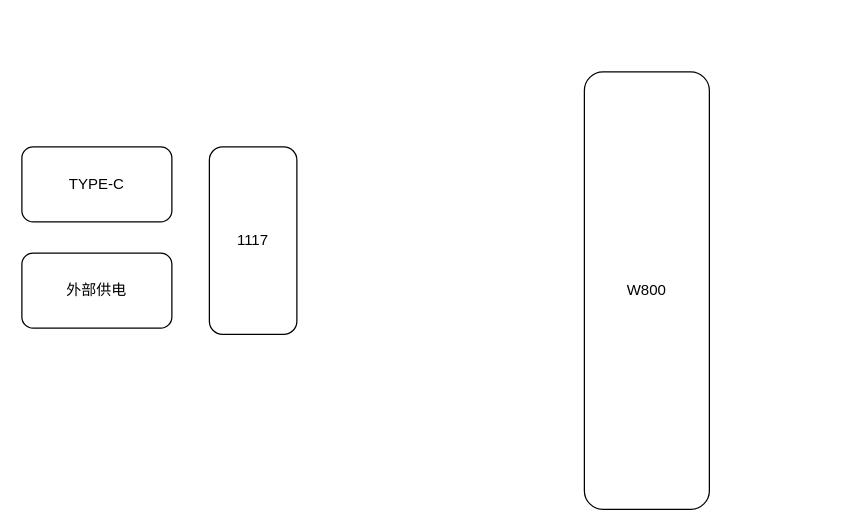
The draw.io diagram W800.drawio in Hanye1108/drawio, before the edit. Source tidied: cells renumbered, new cells numbered last; positions are measured from the earlier drawing's top-left corner, leaving out a move shared by most shapes. Both pictures are drawn from the tidied source at 125%, with x=0, y=0 at pixel (21, 71).
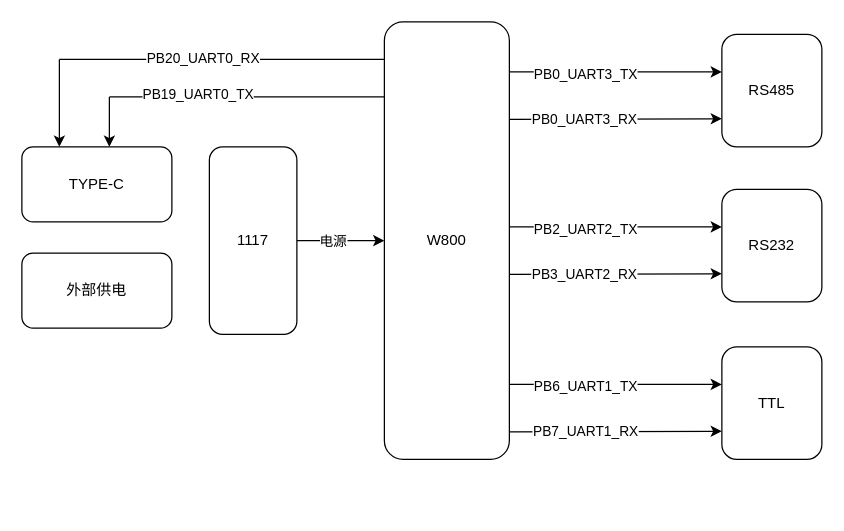
The same diagram, later.

Unchanged cells that the change refers to:
```xml
<mxCell id="5" value="1117" style="rounded=1;whiteSpace=wrap;html=1;" parent="1" vertex="1">
  <mxGeometry x="150" y="60" width="70" height="150" as="geometry" />
</mxCell>
```

Change to the diagram source:
```diff
@@
     <mxCell id="2" value="W800" style="rounded=1;whiteSpace=wrap;html=1;" parent="1" vertex="1">
-      <mxGeometry x="450" width="100" height="350" as="geometry" />
+      <mxGeometry x="290" y="-40" width="100" height="350" as="geometry" />
     </mxCell>
@@
+    <mxCell id="6" style="edgeStyle=orthogonalEdgeStyle;rounded=0;jettySize=auto;html=1;exitX=1;exitY=0.5;exitDx=0;exitDy=0;" parent="1" edge="1" source="5" target="2">
+      <mxGeometry relative="1" as="geometry" />
+    </mxCell>
+    <mxCell id="7" value="电源" style="edgeLabel;html=1;align=center;verticalAlign=middle;" parent="6" vertex="1">
+      <mxGeometry x="-0.2" relative="1" as="geometry" />
+    </mxCell>
@@
+    <mxCell id="8" style="endArrow=none;html=1;rounded=0;" parent="1" edge="1">
+      <mxGeometry relative="1" as="geometry">
+        <mxPoint x="30" y="-10" as="sourcePoint" />
+        <mxPoint x="290" y="-10" as="targetPoint" />
+      </mxGeometry>
+    </mxCell>
+    <mxCell id="9" value="PB20_UART0_RX" style="edgeLabel;html=1;align=center;verticalAlign=middle;" parent="8" vertex="1">
+      <mxGeometry x="-0.12" y="2" relative="1" as="geometry" />
+    </mxCell>
+    <mxCell id="10" style="endArrow=none;html=1;rounded=0;" parent="1" edge="1">
+      <mxGeometry relative="1" as="geometry">
+        <mxPoint x="70" y="20" as="sourcePoint" />
+        <mxPoint x="290" y="20" as="targetPoint" />
+      </mxGeometry>
+    </mxCell>
+    <mxCell id="11" value="PB19_UART0_TX" style="edgeLabel;html=1;align=center;verticalAlign=middle;" parent="10" vertex="1">
+      <mxGeometry x="-0.56" y="3" relative="1" as="geometry">
+        <mxPoint x="22" as="offset" />
+      </mxGeometry>
+    </mxCell>
+    <mxCell id="12" style="endArrow=classic;html=1;rounded=0;" parent="1" edge="1">
+      <mxGeometry relative="1" as="geometry">
+        <mxPoint x="30" y="-10" as="sourcePoint" />
+        <mxPoint x="30" y="60" as="targetPoint" />
+      </mxGeometry>
+    </mxCell>
+    <mxCell id="13" style="endArrow=classic;html=1;rounded=0;entryX=0.573;entryY=-0.047;entryDx=0;entryDy=0;entryPerimeter=0;" parent="1" edge="1">
+      <mxGeometry relative="1" as="geometry">
+        <mxPoint x="70" y="20" as="sourcePoint" />
+        <mxPoint x="70" y="60" as="targetPoint" />
+      </mxGeometry>
+    </mxCell>
+    <mxCell id="14" value="TTL" style="rounded=1;whiteSpace=wrap;html=1;" parent="1" vertex="1">
+      <mxGeometry x="560" y="220" width="80" height="90" as="geometry" />
+    </mxCell>
+    <mxCell id="15" style="endArrow=classic;html=1;rounded=0;entryX=0;entryY=0.75;entryDx=0;entryDy=0;exitX=1.004;exitY=0.937;exitDx=0;exitDy=0;exitPerimeter=0;" parent="1" edge="1" source="2" target="14">
+      <mxGeometry relative="1" as="geometry" />
+    </mxCell>
+    <mxCell id="16" value="PB7_UART1_RX" style="edgeLabel;html=1;align=center;verticalAlign=middle;" parent="15" vertex="1">
+      <mxGeometry x="-0.67" relative="1" as="geometry">
+        <mxPoint x="32" as="offset" />
+      </mxGeometry>
+    </mxCell>
+    <mxCell id="17" style="endArrow=classic;html=1;rounded=0;entryX=0;entryY=0.75;entryDx=0;entryDy=0;exitX=1.004;exitY=0.937;exitDx=0;exitDy=0;exitPerimeter=0;" parent="1" edge="1">
+      <mxGeometry relative="1" as="geometry">
+        <mxPoint x="390" y="250" as="sourcePoint" />
+        <mxPoint x="560" y="250" as="targetPoint" />
+      </mxGeometry>
+    </mxCell>
+    <mxCell id="18" value="PB6_UART1_TX" style="edgeLabel;html=1;align=center;verticalAlign=middle;" parent="17" vertex="1">
+      <mxGeometry x="-0.37" y="-1" relative="1" as="geometry">
+        <mxPoint x="6" as="offset" />
+      </mxGeometry>
+    </mxCell>
+    <mxCell id="19" value="RS232" style="rounded=1;whiteSpace=wrap;html=1;" parent="1" vertex="1">
+      <mxGeometry x="560" y="94" width="80" height="90" as="geometry" />
+    </mxCell>
+    <mxCell id="20" style="endArrow=classic;html=1;rounded=0;entryX=0;entryY=0.75;entryDx=0;entryDy=0;exitX=1.004;exitY=0.937;exitDx=0;exitDy=0;exitPerimeter=0;" parent="1" edge="1" target="19">
+      <mxGeometry relative="1" as="geometry">
+        <mxPoint x="390" y="162" as="sourcePoint" />
+      </mxGeometry>
+    </mxCell>
+    <mxCell id="21" value="PB3_UART2_RX" style="edgeLabel;html=1;align=center;verticalAlign=middle;" parent="20" vertex="1">
+      <mxGeometry x="-0.67" relative="1" as="geometry">
+        <mxPoint x="32" as="offset" />
+      </mxGeometry>
+    </mxCell>
+    <mxCell id="22" style="endArrow=classic;html=1;rounded=0;entryX=0;entryY=0.75;entryDx=0;entryDy=0;exitX=1.004;exitY=0.937;exitDx=0;exitDy=0;exitPerimeter=0;" parent="1" edge="1">
+      <mxGeometry relative="1" as="geometry">
+        <mxPoint x="390" y="124" as="sourcePoint" />
+        <mxPoint x="560" y="124" as="targetPoint" />
+      </mxGeometry>
+    </mxCell>
+    <mxCell id="23" value="PB2_UART2_TX" style="edgeLabel;html=1;align=center;verticalAlign=middle;" parent="22" vertex="1">
+      <mxGeometry x="-0.37" y="-1" relative="1" as="geometry">
+        <mxPoint x="6" as="offset" />
+      </mxGeometry>
+    </mxCell>
+    <mxCell id="24" value="RS485" style="rounded=1;whiteSpace=wrap;html=1;" parent="1" vertex="1">
+      <mxGeometry x="560" y="-30" width="80" height="90" as="geometry" />
+    </mxCell>
+    <mxCell id="25" style="endArrow=classic;html=1;rounded=0;entryX=0;entryY=0.75;entryDx=0;entryDy=0;exitX=1.004;exitY=0.937;exitDx=0;exitDy=0;exitPerimeter=0;" parent="1" edge="1" target="24">
+      <mxGeometry relative="1" as="geometry">
+        <mxPoint x="390" y="38" as="sourcePoint" />
+      </mxGeometry>
+    </mxCell>
+    <mxCell id="26" value="PB0_UART3_RX" style="edgeLabel;html=1;align=center;verticalAlign=middle;" parent="25" vertex="1">
+      <mxGeometry x="-0.67" relative="1" as="geometry">
+        <mxPoint x="32" as="offset" />
+      </mxGeometry>
+    </mxCell>
+    <mxCell id="27" style="endArrow=classic;html=1;rounded=0;entryX=0;entryY=0.75;entryDx=0;entryDy=0;exitX=1.004;exitY=0.937;exitDx=0;exitDy=0;exitPerimeter=0;" parent="1" edge="1">
+      <mxGeometry relative="1" as="geometry">
+        <mxPoint x="390" as="sourcePoint" />
+        <mxPoint x="560" as="targetPoint" />
+      </mxGeometry>
+    </mxCell>
+    <mxCell id="28" value="PB0_UART3_TX" style="edgeLabel;html=1;align=center;verticalAlign=middle;" parent="27" vertex="1">
+      <mxGeometry x="-0.37" y="-1" relative="1" as="geometry">
+        <mxPoint x="6" as="offset" />
+      </mxGeometry>
+    </mxCell>
```
